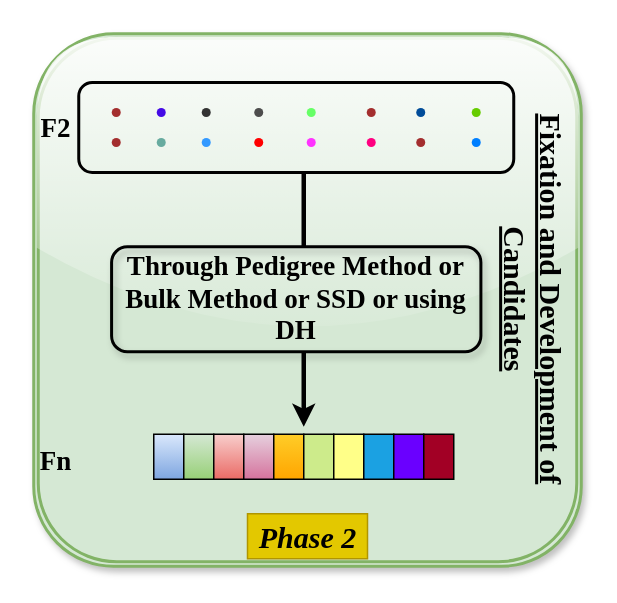
ravindra2859/Figure_Poster keeps this draw.io diagram as page "Page-2" (2 of 3) of vit_presentation.drawio. Above is the earlier version. Source tidied: cells renumbered, new cells numbered last; positions are measured from the earlier drawing's top-left corner, leaving out a move shared by most shapes. Both pictures are drawn from the tidied source at 150%, with x=0, y=0 at pixel (33, 33).
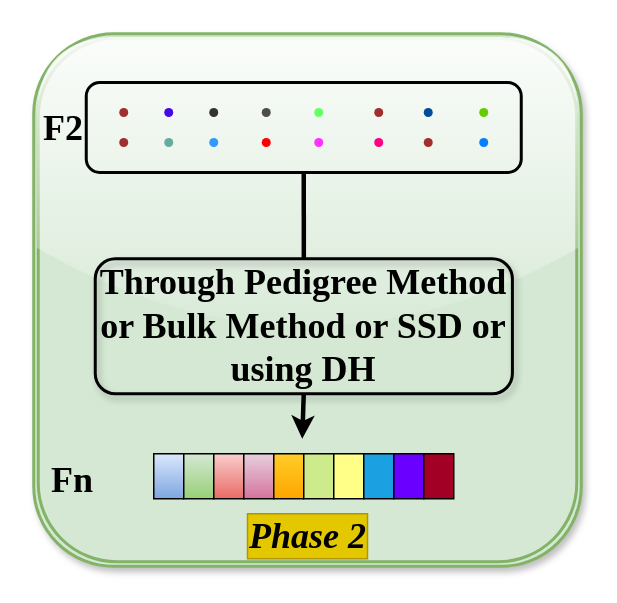
The same page after the edit.

Commit message:
updated font size t0 24

Diff of the diagram source:
```diff
@@
-    <mxCell id="3" value="&lt;font style=&quot;font-size: 20px;&quot; face=&quot;Times New Roman&quot;&gt;&lt;b&gt;&lt;i&gt;Phase 2&lt;/i&gt;&lt;/b&gt;&lt;/font&gt;" style="text;html=1;strokeColor=#B09500;fillColor=#e3c800;align=center;verticalAlign=middle;whiteSpace=wrap;rounded=0;rotation=0;strokeWidth=1;fontColor=#000000;" parent="1" vertex="1">
+    <mxCell id="3" value="&lt;font style=&quot;font-size: 24px;&quot; face=&quot;Times New Roman&quot;&gt;&lt;b style=&quot;&quot;&gt;&lt;i style=&quot;&quot;&gt;Phase 2&lt;/i&gt;&lt;/b&gt;&lt;/font&gt;" style="text;html=1;strokeColor=#B09500;fillColor=#e3c800;align=center;verticalAlign=middle;whiteSpace=wrap;rounded=0;rotation=0;strokeWidth=1;fontColor=#000000;" parent="1" vertex="1">
       <mxGeometry x="142.5" y="320" width="80" height="30" as="geometry" />
     </mxCell>
-    <mxCell id="4" value="&lt;font style=&quot;font-size: 20px;&quot; face=&quot;Times New Roman&quot;&gt;&lt;b style=&quot;&quot;&gt;&lt;u&gt;Fixation and Development of Candidates&lt;/u&gt;&lt;/b&gt;&lt;/font&gt;" style="text;html=1;strokeColor=none;fillColor=none;align=center;verticalAlign=middle;whiteSpace=wrap;rounded=0;rotation=90;" parent="1" vertex="1">
-      <mxGeometry x="205" y="162" width="257.5" height="30" as="geometry" />
-    </mxCell>
+    <mxCell id="22" value="&lt;font style=&quot;font-size: 24px;&quot; face=&quot;Times New Roman&quot;&gt;&lt;b style=&quot;&quot;&gt;Through Pedigree Method or Bulk Method or SSD or using DH&lt;/b&gt;&lt;/font&gt;" style="text;html=1;align=center;verticalAlign=middle;whiteSpace=wrap;rounded=1;fillColor=none;strokeColor=default;strokeWidth=2;glass=0;shadow=1;" parent="1" vertex="1">
+      <mxGeometry x="41" y="150" width="278.1" height="90" as="geometry" />
+    </mxCell>
+    <mxCell id="33" value="&lt;font style=&quot;font-size: 24px;&quot; face=&quot;Times New Roman&quot;&gt;&lt;b style=&quot;&quot;&gt;F2&lt;/b&gt;&lt;/font&gt;" style="text;html=1;strokeColor=none;fillColor=none;align=center;verticalAlign=middle;whiteSpace=wrap;rounded=0;" parent="1" vertex="1">
+      <mxGeometry x="5" y="50" width="30" height="25" as="geometry" />
+    </mxCell>
+    <mxCell id="34" value="&lt;font style=&quot;font-size: 24px;&quot; face=&quot;Times New Roman&quot;&gt;&lt;b style=&quot;&quot;&gt;Fn&lt;/b&gt;&lt;/font&gt;" style="text;html=1;strokeColor=none;fillColor=none;align=center;verticalAlign=middle;whiteSpace=wrap;rounded=0;" parent="1" vertex="1">
+      <mxGeometry x="11" y="285" width="30" height="25" as="geometry" />
+    </mxCell>
+    <mxCell id="35" style="endArrow=none;html=1;rounded=0;strokeWidth=3;exitX=0.5;exitY=0;exitDx=0;exitDy=0;" parent="1" edge="1" source="22">
+      <mxGeometry relative="1" as="geometry">
+        <mxPoint x="180" y="92" as="targetPoint" />
+      </mxGeometry>
+    </mxCell>
+    <mxCell id="36" style="endArrow=classic;html=1;rounded=0;strokeWidth=3;" parent="1" edge="1">
+      <mxGeometry relative="1" as="geometry">
+        <mxPoint x="180" y="240" as="sourcePoint" />
+        <mxPoint x="179" y="270" as="targetPoint" />
+      </mxGeometry>
+    </mxCell>
+    <mxCell id="37" style="group;" parent="1" vertex="1">
+      <mxGeometry x="35" y="32.5" width="290" height="60" as="geometry" />
+    </mxCell>
-    <mxCell id="5" style="rounded=1;whiteSpace=wrap;html=1;strokeWidth=2;fillColor=none;strokeColor=#000000;" parent="1" vertex="1">
-      <mxGeometry x="30" y="32.5" width="290" height="60" as="geometry" />
+    <mxCell id="5" style="rounded=1;whiteSpace=wrap;html=1;strokeWidth=2;fillColor=none;strokeColor=#000000;" parent="37" vertex="1">
+      <mxGeometry width="290" height="60" as="geometry" />
     </mxCell>
-    <mxCell id="6" style="shape=waypoint;sketch=0;fillStyle=solid;size=6;fillColor=none;perimeter=centerPerimeter;strokeColor=#a32e2e;" parent="1" vertex="1">
-      <mxGeometry x="45" y="42.5" width="20" height="20" as="geometry" />
+    <mxCell id="6" style="shape=waypoint;sketch=0;fillStyle=solid;size=6;fillColor=none;perimeter=centerPerimeter;strokeColor=#a32e2e;" parent="37" vertex="1">
+      <mxGeometry x="15" y="10" width="20" height="20" as="geometry" />
     </mxCell>
-    <mxCell id="7" style="shape=waypoint;sketch=0;fillStyle=solid;size=6;fillColor=none;perimeter=centerPerimeter;strokeColor=#440ae6;" parent="1" vertex="1">
-      <mxGeometry x="75" y="42.5" width="20" height="20" as="geometry" />
+    <mxCell id="7" style="shape=waypoint;sketch=0;fillStyle=solid;size=6;fillColor=none;perimeter=centerPerimeter;strokeColor=#440ae6;" parent="37" vertex="1">
+      <mxGeometry x="45" y="10" width="20" height="20" as="geometry" />
     </mxCell>
-    <mxCell id="8" style="shape=waypoint;sketch=0;fillStyle=solid;size=6;fillColor=none;perimeter=centerPerimeter;strokeColor=#4D4D4D;" parent="1" vertex="1">
-      <mxGeometry x="140" y="42.5" width="20" height="20" as="geometry" />
+    <mxCell id="8" style="shape=waypoint;sketch=0;fillStyle=solid;size=6;fillColor=none;perimeter=centerPerimeter;strokeColor=#4D4D4D;" parent="37" vertex="1">
+      <mxGeometry x="110" y="10" width="20" height="20" as="geometry" />
     </mxCell>
-    <mxCell id="9" style="shape=waypoint;sketch=0;fillStyle=solid;size=6;fillColor=none;perimeter=centerPerimeter;strokeColor=#66FF66;" parent="1" vertex="1">
-      <mxGeometry x="175" y="42.5" width="20" height="20" as="geometry" />
+    <mxCell id="9" style="shape=waypoint;sketch=0;fillStyle=solid;size=6;fillColor=none;perimeter=centerPerimeter;strokeColor=#66FF66;" parent="37" vertex="1">
+      <mxGeometry x="145" y="10" width="20" height="20" as="geometry" />
     </mxCell>
-    <mxCell id="10" style="shape=waypoint;sketch=0;fillStyle=solid;size=6;fillColor=none;perimeter=centerPerimeter;strokeColor=#a32e2e;" parent="1" vertex="1">
-      <mxGeometry x="215" y="42.5" width="20" height="20" as="geometry" />
+    <mxCell id="10" style="shape=waypoint;sketch=0;fillStyle=solid;size=6;fillColor=none;perimeter=centerPerimeter;strokeColor=#a32e2e;" parent="37" vertex="1">
+      <mxGeometry x="185" y="10" width="20" height="20" as="geometry" />
     </mxCell>
-    <mxCell id="11" style="shape=waypoint;sketch=0;fillStyle=solid;size=6;fillColor=none;perimeter=centerPerimeter;strokeColor=#FF0000;" parent="1" vertex="1">
-      <mxGeometry x="140" y="62.5" width="20" height="20" as="geometry" />
+    <mxCell id="11" style="shape=waypoint;sketch=0;fillStyle=solid;size=6;fillColor=none;perimeter=centerPerimeter;strokeColor=#FF0000;" parent="37" vertex="1">
+      <mxGeometry x="110" y="30" width="20" height="20" as="geometry" />
     </mxCell>
-    <mxCell id="12" style="shape=waypoint;sketch=0;fillStyle=solid;size=6;fillColor=none;perimeter=centerPerimeter;strokeColor=#66CC00;" parent="1" vertex="1">
-      <mxGeometry x="285" y="42.5" width="20" height="20" as="geometry" />
+    <mxCell id="12" style="shape=waypoint;sketch=0;fillStyle=solid;size=6;fillColor=none;perimeter=centerPerimeter;strokeColor=#66CC00;" parent="37" vertex="1">
+      <mxGeometry x="255" y="10" width="20" height="20" as="geometry" />
     </mxCell>
-    <mxCell id="13" style="shape=waypoint;sketch=0;fillStyle=solid;size=6;fillColor=none;perimeter=centerPerimeter;strokeColor=#a32e2e;" parent="1" vertex="1">
-      <mxGeometry x="45" y="62.5" width="20" height="20" as="geometry" />
+    <mxCell id="13" style="shape=waypoint;sketch=0;fillStyle=solid;size=6;fillColor=none;perimeter=centerPerimeter;strokeColor=#a32e2e;" parent="37" vertex="1">
+      <mxGeometry x="15" y="30" width="20" height="20" as="geometry" />
     </mxCell>
-    <mxCell id="14" style="shape=waypoint;sketch=0;fillStyle=solid;size=6;fillColor=none;perimeter=centerPerimeter;strokeColor=#67AB9F;" parent="1" vertex="1">
-      <mxGeometry x="75" y="62.5" width="20" height="20" as="geometry" />
+    <mxCell id="14" style="shape=waypoint;sketch=0;fillStyle=solid;size=6;fillColor=none;perimeter=centerPerimeter;strokeColor=#67AB9F;" parent="37" vertex="1">
+      <mxGeometry x="45" y="30" width="20" height="20" as="geometry" />
     </mxCell>
-    <mxCell id="15" style="shape=waypoint;sketch=0;fillStyle=solid;size=6;fillColor=none;perimeter=centerPerimeter;strokeColor=#007FFF;" parent="1" vertex="1">
-      <mxGeometry x="285" y="62.5" width="20" height="20" as="geometry" />
+    <mxCell id="15" style="shape=waypoint;sketch=0;fillStyle=solid;size=6;fillColor=none;perimeter=centerPerimeter;strokeColor=#007FFF;" parent="37" vertex="1">
+      <mxGeometry x="255" y="30" width="20" height="20" as="geometry" />
     </mxCell>
-    <mxCell id="16" style="shape=waypoint;sketch=0;fillStyle=solid;size=6;fillColor=none;perimeter=centerPerimeter;strokeColor=#333333;" parent="1" vertex="1">
-      <mxGeometry x="105" y="42.5" width="20" height="20" as="geometry" />
+    <mxCell id="16" style="shape=waypoint;sketch=0;fillStyle=solid;size=6;fillColor=none;perimeter=centerPerimeter;strokeColor=#333333;" parent="37" vertex="1">
+      <mxGeometry x="75" y="10" width="20" height="20" as="geometry" />
     </mxCell>
-    <mxCell id="17" style="shape=waypoint;sketch=0;fillStyle=solid;size=6;fillColor=none;perimeter=centerPerimeter;strokeColor=#a32e2e;" parent="1" vertex="1">
-      <mxGeometry x="248" y="62.5" width="20" height="20" as="geometry" />
+    <mxCell id="17" style="shape=waypoint;sketch=0;fillStyle=solid;size=6;fillColor=none;perimeter=centerPerimeter;strokeColor=#a32e2e;" parent="37" vertex="1">
+      <mxGeometry x="218" y="30" width="20" height="20" as="geometry" />
     </mxCell>
-    <mxCell id="18" style="shape=waypoint;sketch=0;fillStyle=solid;size=6;fillColor=none;perimeter=centerPerimeter;strokeColor=#FF0080;" parent="1" vertex="1">
-      <mxGeometry x="215" y="62.5" width="20" height="20" as="geometry" />
+    <mxCell id="18" style="shape=waypoint;sketch=0;fillStyle=solid;size=6;fillColor=none;perimeter=centerPerimeter;strokeColor=#FF0080;" parent="37" vertex="1">
+      <mxGeometry x="185" y="30" width="20" height="20" as="geometry" />
     </mxCell>
-    <mxCell id="19" style="shape=waypoint;sketch=0;fillStyle=solid;size=6;fillColor=none;perimeter=centerPerimeter;strokeColor=#FF33FF;" parent="1" vertex="1">
-      <mxGeometry x="175" y="62.5" width="20" height="20" as="geometry" />
+    <mxCell id="19" style="shape=waypoint;sketch=0;fillStyle=solid;size=6;fillColor=none;perimeter=centerPerimeter;strokeColor=#FF33FF;" parent="37" vertex="1">
+      <mxGeometry x="145" y="30" width="20" height="20" as="geometry" />
     </mxCell>
-    <mxCell id="20" style="shape=waypoint;sketch=0;fillStyle=solid;size=6;fillColor=none;perimeter=centerPerimeter;strokeColor=#004C99;" parent="1" vertex="1">
-      <mxGeometry x="248" y="42.5" width="20" height="20" as="geometry" />
+    <mxCell id="20" style="shape=waypoint;sketch=0;fillStyle=solid;size=6;fillColor=none;perimeter=centerPerimeter;strokeColor=#004C99;" parent="37" vertex="1">
+      <mxGeometry x="218" y="10" width="20" height="20" as="geometry" />
     </mxCell>
-    <mxCell id="21" style="shape=waypoint;sketch=0;fillStyle=solid;size=6;fillColor=none;perimeter=centerPerimeter;strokeColor=#3399FF;" parent="1" vertex="1">
-      <mxGeometry x="105" y="62.5" width="20" height="20" as="geometry" />
+    <mxCell id="21" style="shape=waypoint;sketch=0;fillStyle=solid;size=6;fillColor=none;perimeter=centerPerimeter;strokeColor=#3399FF;" parent="37" vertex="1">
+      <mxGeometry x="75" y="30" width="20" height="20" as="geometry" />
     </mxCell>
-    <mxCell id="22" value="&lt;font style=&quot;font-size: 18px;&quot; face=&quot;Times New Roman&quot;&gt;&lt;b&gt;Through Pedigree Method or Bulk Method or SSD or using DH&lt;/b&gt;&lt;/font&gt;" style="text;html=1;align=center;verticalAlign=middle;whiteSpace=wrap;rounded=1;fillColor=none;strokeColor=default;strokeWidth=2;glass=0;shadow=1;" parent="1" vertex="1">
-      <mxGeometry x="51.9" y="142" width="246.2" height="70" as="geometry" />
-    </mxCell>
+    <mxCell id="38" style="group;" parent="1" vertex="1">
+      <mxGeometry x="80" y="280" width="200" height="30" as="geometry" />
+    </mxCell>
-    <mxCell id="23" style="rounded=0;whiteSpace=wrap;html=1;fillColor=#dae8fc;gradientColor=#7ea6e0;strokeColor=#000000;" parent="1" vertex="1">
-      <mxGeometry x="80" y="267" width="20" height="30" as="geometry" />
+    <mxCell id="23" style="rounded=0;whiteSpace=wrap;html=1;fillColor=#dae8fc;gradientColor=#7ea6e0;strokeColor=#000000;" parent="38" vertex="1">
+      <mxGeometry width="20" height="30" as="geometry" />
     </mxCell>
-    <mxCell id="24" style="rounded=0;whiteSpace=wrap;html=1;fillColor=#d5e8d4;gradientColor=#97d077;strokeColor=#000000;" parent="1" vertex="1">
-      <mxGeometry x="100" y="267" width="20" height="30" as="geometry" />
+    <mxCell id="24" style="rounded=0;whiteSpace=wrap;html=1;fillColor=#d5e8d4;gradientColor=#97d077;strokeColor=#000000;" parent="38" vertex="1">
+      <mxGeometry x="20" width="20" height="30" as="geometry" />
     </mxCell>
-    <mxCell id="25" style="rounded=0;whiteSpace=wrap;html=1;fillColor=#f8cecc;gradientColor=#ea6b66;strokeColor=#000000;" parent="1" vertex="1">
-      <mxGeometry x="120" y="267" width="20" height="30" as="geometry" />
+    <mxCell id="25" style="rounded=0;whiteSpace=wrap;html=1;fillColor=#f8cecc;gradientColor=#ea6b66;strokeColor=#000000;" parent="38" vertex="1">
+      <mxGeometry x="40" width="20" height="30" as="geometry" />
     </mxCell>
-    <mxCell id="26" style="rounded=0;whiteSpace=wrap;html=1;fillColor=#e6d0de;gradientColor=#d5739d;strokeColor=#000000;" parent="1" vertex="1">
-      <mxGeometry x="140" y="267" width="20" height="30" as="geometry" />
+    <mxCell id="26" style="rounded=0;whiteSpace=wrap;html=1;fillColor=#e6d0de;gradientColor=#d5739d;strokeColor=#000000;" parent="38" vertex="1">
+      <mxGeometry x="60" width="20" height="30" as="geometry" />
     </mxCell>
-    <mxCell id="27" style="rounded=0;whiteSpace=wrap;html=1;fillColor=#ffcd28;gradientColor=#ffa500;strokeColor=#000000;" parent="1" vertex="1">
-      <mxGeometry x="160" y="267" width="20" height="30" as="geometry" />
+    <mxCell id="27" style="rounded=0;whiteSpace=wrap;html=1;fillColor=#ffcd28;gradientColor=#ffa500;strokeColor=#000000;" parent="38" vertex="1">
+      <mxGeometry x="80" width="20" height="30" as="geometry" />
     </mxCell>
-    <mxCell id="28" style="rounded=0;whiteSpace=wrap;html=1;fillColor=#cdeb8b;strokeColor=#000000;" parent="1" vertex="1">
-      <mxGeometry x="180" y="267" width="20" height="30" as="geometry" />
+    <mxCell id="28" style="rounded=0;whiteSpace=wrap;html=1;fillColor=#cdeb8b;strokeColor=#000000;" parent="38" vertex="1">
+      <mxGeometry x="100" width="20" height="30" as="geometry" />
     </mxCell>
-    <mxCell id="29" style="rounded=0;whiteSpace=wrap;html=1;fillColor=#ffff88;strokeColor=#000000;" parent="1" vertex="1">
-      <mxGeometry x="200" y="267" width="20" height="30" as="geometry" />
+    <mxCell id="29" style="rounded=0;whiteSpace=wrap;html=1;fillColor=#ffff88;strokeColor=#000000;" parent="38" vertex="1">
+      <mxGeometry x="120" width="20" height="30" as="geometry" />
     </mxCell>
-    <mxCell id="30" style="rounded=0;whiteSpace=wrap;html=1;fillColor=#1ba1e2;fontColor=#ffffff;strokeColor=#000000;" parent="1" vertex="1">
-      <mxGeometry x="220" y="267" width="20" height="30" as="geometry" />
+    <mxCell id="30" style="rounded=0;whiteSpace=wrap;html=1;fillColor=#1ba1e2;fontColor=#ffffff;strokeColor=#000000;" parent="38" vertex="1">
+      <mxGeometry x="140" width="20" height="30" as="geometry" />
     </mxCell>
-    <mxCell id="31" style="rounded=0;whiteSpace=wrap;html=1;fillColor=#6a00ff;fontColor=#ffffff;strokeColor=#000000;" parent="1" vertex="1">
-      <mxGeometry x="240" y="267" width="20" height="30" as="geometry" />
+    <mxCell id="31" style="rounded=0;whiteSpace=wrap;html=1;fillColor=#6a00ff;fontColor=#ffffff;strokeColor=#000000;" parent="38" vertex="1">
+      <mxGeometry x="160" width="20" height="30" as="geometry" />
     </mxCell>
-    <mxCell id="32" style="rounded=0;whiteSpace=wrap;html=1;fillColor=#a20025;fontColor=#ffffff;strokeColor=#000000;" parent="1" vertex="1">
-      <mxGeometry x="260" y="267" width="20" height="30" as="geometry" />
+    <mxCell id="32" style="rounded=0;whiteSpace=wrap;html=1;fillColor=#a20025;fontColor=#ffffff;strokeColor=#000000;" parent="38" vertex="1">
+      <mxGeometry x="180" width="20" height="30" as="geometry" />
     </mxCell>
-    <mxCell id="33" value="&lt;font style=&quot;font-size: 18px;&quot; face=&quot;Times New Roman&quot;&gt;&lt;b&gt;F2&lt;/b&gt;&lt;/font&gt;" style="text;html=1;strokeColor=none;fillColor=none;align=center;verticalAlign=middle;whiteSpace=wrap;rounded=0;" parent="1" vertex="1">
-      <mxGeometry y="50" width="30" height="25" as="geometry" />
-    </mxCell>
-    <mxCell id="34" value="&lt;font style=&quot;font-size: 18px;&quot; face=&quot;Times New Roman&quot;&gt;&lt;b&gt;Fn&lt;/b&gt;&lt;/font&gt;" style="text;html=1;strokeColor=none;fillColor=none;align=center;verticalAlign=middle;whiteSpace=wrap;rounded=0;" parent="1" vertex="1">
-      <mxGeometry y="272" width="30" height="25" as="geometry" />
-    </mxCell>
-    <mxCell id="35" style="endArrow=none;html=1;rounded=0;strokeWidth=3;" parent="1" edge="1">
-      <mxGeometry relative="1" as="geometry">
-        <mxPoint x="180" y="142" as="sourcePoint" />
-        <mxPoint x="180" y="92" as="targetPoint" />
-      </mxGeometry>
-    </mxCell>
-    <mxCell id="36" style="endArrow=classic;html=1;rounded=0;strokeWidth=3;" parent="1" edge="1">
-      <mxGeometry relative="1" as="geometry">
-        <mxPoint x="180" y="212" as="sourcePoint" />
-        <mxPoint x="180" y="262" as="targetPoint" />
-      </mxGeometry>
-    </mxCell>
```
